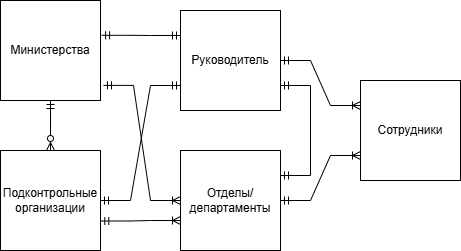
Earlier version of the draw.io export docs/conceptual_model.png (Tukk0/Government_Database). Source tidied: cells renumbered, new cells last; positions are measured from the earlier drawing's top-left corner, leaving out a move shared by most shapes. The source it was exported from:
```xml
<mxGraphModel>
  <root>
    <mxCell id="0" />
    <mxCell id="1" parent="0" />
    <mxCell id="2" value="Министерства" style="whiteSpace=wrap;html=1;" parent="1" vertex="1">
      <mxGeometry width="100" height="100" as="geometry" />
    </mxCell>
    <mxCell id="3" value="Подконтрольные&lt;br&gt;организации" style="whiteSpace=wrap;html=1;" parent="1" vertex="1">
      <mxGeometry y="150" width="100" height="100" as="geometry" />
    </mxCell>
    <mxCell id="4" value="Отделы/&lt;br&gt;департаменты" style="whiteSpace=wrap;html=1;" parent="1" vertex="1">
      <mxGeometry x="180" y="150" width="100" height="100" as="geometry" />
    </mxCell>
    <mxCell id="5" style="edgeStyle=entityRelationEdgeStyle;fontSize=12;html=1;endArrow=ERoneToMany;startArrow=ERmandOne;rounded=0;exitX=1.03;exitY=0.849;exitDx=0;exitDy=0;entryX=0;entryY=0.5;entryDx=0;entryDy=0;exitPerimeter=0;" parent="1" edge="1" source="2" target="4">
      <mxGeometry relative="1" as="geometry" />
    </mxCell>
    <mxCell id="6" style="edgeStyle=entityRelationEdgeStyle;fontSize=12;html=1;endArrow=ERoneToMany;startArrow=ERmandOne;rounded=0;exitX=1.003;exitY=0.705;exitDx=0;exitDy=0;exitPerimeter=0;" parent="1" edge="1" source="3">
      <mxGeometry relative="1" as="geometry">
        <mxPoint x="180" y="220" as="targetPoint" />
      </mxGeometry>
    </mxCell>
    <mxCell id="7" value="Сотрудники" style="whiteSpace=wrap;html=1;" parent="1" vertex="1">
      <mxGeometry x="360" y="80" width="100" height="100" as="geometry" />
    </mxCell>
    <mxCell id="8" style="edgeStyle=entityRelationEdgeStyle;fontSize=12;html=1;endArrow=ERoneToMany;startArrow=ERmandOne;rounded=0;entryX=0;entryY=0.75;entryDx=0;entryDy=0;exitX=1;exitY=0.5;exitDx=0;exitDy=0;strokeColor=default;jumpStyle=none;jumpSize=0;curved=0;" parent="1" edge="1" source="4" target="7">
      <mxGeometry relative="1" as="geometry">
        <Array as="points">
          <mxPoint x="280" y="250" />
          <mxPoint x="310" y="250" />
          <mxPoint x="310" y="250" />
        </Array>
      </mxGeometry>
    </mxCell>
    <mxCell id="9" value="Руководитель" style="whiteSpace=wrap;html=1;" parent="1" vertex="1">
      <mxGeometry x="180" y="10" width="100" height="100" as="geometry" />
    </mxCell>
    <mxCell id="10" style="edgeStyle=entityRelationEdgeStyle;fontSize=12;html=1;endArrow=ERmandOne;startArrow=ERmandOne;rounded=0;entryX=1;entryY=0.75;entryDx=0;entryDy=0;exitX=1;exitY=0.25;exitDx=0;exitDy=0;" parent="1" edge="1" source="4" target="9">
      <mxGeometry relative="1" as="geometry" />
    </mxCell>
    <mxCell id="11" style="edgeStyle=entityRelationEdgeStyle;fontSize=12;html=1;endArrow=ERmandOne;startArrow=ERmandOne;rounded=0;entryX=0;entryY=0.25;entryDx=0;entryDy=0;exitX=1.011;exitY=0.348;exitDx=0;exitDy=0;exitPerimeter=0;" parent="1" edge="1" source="2" target="9">
      <mxGeometry relative="1" as="geometry" />
    </mxCell>
    <mxCell id="12" style="edgeStyle=entityRelationEdgeStyle;fontSize=12;html=1;endArrow=ERmandOne;startArrow=ERmandOne;rounded=0;entryX=0;entryY=0.75;entryDx=0;entryDy=0;exitX=1;exitY=0.5;exitDx=0;exitDy=0;" parent="1" edge="1" source="3" target="9">
      <mxGeometry relative="1" as="geometry" />
    </mxCell>
    <mxCell id="13" style="edgeStyle=entityRelationEdgeStyle;fontSize=12;html=1;endArrow=ERoneToMany;startArrow=ERmandOne;rounded=0;exitX=1;exitY=0.5;exitDx=0;exitDy=0;entryX=0;entryY=0.25;entryDx=0;entryDy=0;" parent="1" edge="1" source="9" target="7">
      <mxGeometry relative="1" as="geometry">
        <Array as="points">
          <mxPoint x="350" y="170" />
        </Array>
      </mxGeometry>
    </mxCell>
    <mxCell id="14" style="edgeStyle=orthogonalEdgeStyle;fontSize=12;html=1;endArrow=ERzeroToMany;startArrow=ERmandOne;rounded=0;exitX=0.5;exitY=1;exitDx=0;exitDy=0;entryX=0.5;entryY=0;entryDx=0;entryDy=0;" parent="1" edge="1" source="2" target="3">
      <mxGeometry relative="1" as="geometry" />
    </mxCell>
  </root>
</mxGraphModel>
```
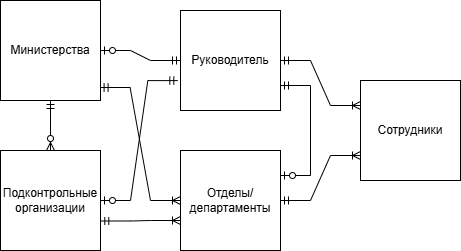
Above is the later version.

The edit, as a diff of the source:
```diff
@@ -11,7 +11,7 @@
     <mxCell id="4" value="Отделы/&lt;br&gt;департаменты" style="whiteSpace=wrap;html=1;" parent="1" vertex="1">
       <mxGeometry x="180" y="150" width="100" height="100" as="geometry" />
     </mxCell>
-    <mxCell id="5" style="edgeStyle=entityRelationEdgeStyle;fontSize=12;html=1;endArrow=ERoneToMany;startArrow=ERmandOne;rounded=0;exitX=1.03;exitY=0.849;exitDx=0;exitDy=0;entryX=0;entryY=0.5;entryDx=0;entryDy=0;exitPerimeter=0;" parent="1" edge="1" source="2" target="4">
+    <mxCell id="5" style="edgeStyle=entityRelationEdgeStyle;fontSize=12;html=1;endArrow=ERoneToMany;startArrow=ERmandOne;rounded=0;exitX=0.996;exitY=0.87;exitDx=0;exitDy=0;entryX=0;entryY=0.5;entryDx=0;entryDy=0;exitPerimeter=0;" parent="1" edge="1" source="2" target="4">
       <mxGeometry relative="1" as="geometry" />
     </mxCell>
     <mxCell id="6" style="edgeStyle=entityRelationEdgeStyle;fontSize=12;html=1;endArrow=ERoneToMany;startArrow=ERmandOne;rounded=0;exitX=1.003;exitY=0.705;exitDx=0;exitDy=0;exitPerimeter=0;" parent="1" edge="1" source="3">
@@ -34,15 +34,6 @@
     <mxCell id="9" value="Руководитель" style="whiteSpace=wrap;html=1;" parent="1" vertex="1">
       <mxGeometry x="180" y="10" width="100" height="100" as="geometry" />
     </mxCell>
-    <mxCell id="10" style="edgeStyle=entityRelationEdgeStyle;fontSize=12;html=1;endArrow=ERmandOne;startArrow=ERmandOne;rounded=0;entryX=1;entryY=0.75;entryDx=0;entryDy=0;exitX=1;exitY=0.25;exitDx=0;exitDy=0;" parent="1" edge="1" source="4" target="9">
-      <mxGeometry relative="1" as="geometry" />
-    </mxCell>
-    <mxCell id="11" style="edgeStyle=entityRelationEdgeStyle;fontSize=12;html=1;endArrow=ERmandOne;startArrow=ERmandOne;rounded=0;entryX=0;entryY=0.25;entryDx=0;entryDy=0;exitX=1.011;exitY=0.348;exitDx=0;exitDy=0;exitPerimeter=0;" parent="1" edge="1" source="2" target="9">
-      <mxGeometry relative="1" as="geometry" />
-    </mxCell>
-    <mxCell id="12" style="edgeStyle=entityRelationEdgeStyle;fontSize=12;html=1;endArrow=ERmandOne;startArrow=ERmandOne;rounded=0;entryX=0;entryY=0.75;entryDx=0;entryDy=0;exitX=1;exitY=0.5;exitDx=0;exitDy=0;" parent="1" edge="1" source="3" target="9">
-      <mxGeometry relative="1" as="geometry" />
-    </mxCell>
     <mxCell id="13" style="edgeStyle=entityRelationEdgeStyle;fontSize=12;html=1;endArrow=ERoneToMany;startArrow=ERmandOne;rounded=0;exitX=1;exitY=0.5;exitDx=0;exitDy=0;entryX=0;entryY=0.25;entryDx=0;entryDy=0;" parent="1" edge="1" source="9" target="7">
       <mxGeometry relative="1" as="geometry">
         <Array as="points">
@@ -53,5 +44,14 @@
     <mxCell id="14" style="edgeStyle=orthogonalEdgeStyle;fontSize=12;html=1;endArrow=ERzeroToMany;startArrow=ERmandOne;rounded=0;exitX=0.5;exitY=1;exitDx=0;exitDy=0;entryX=0.5;entryY=0;entryDx=0;entryDy=0;" parent="1" edge="1" source="2" target="3">
       <mxGeometry relative="1" as="geometry" />
     </mxCell>
+    <mxCell id="15" style="edgeStyle=entityRelationEdgeStyle;fontSize=12;html=1;endArrow=ERzeroToOne;startArrow=ERmandOne;rounded=0;exitX=0;exitY=0.5;exitDx=0;exitDy=0;entryX=1;entryY=0.5;entryDx=0;entryDy=0;" parent="1" edge="1" source="9" target="2">
+      <mxGeometry relative="1" as="geometry" />
+    </mxCell>
+    <mxCell id="16" style="edgeStyle=entityRelationEdgeStyle;fontSize=12;html=1;endArrow=ERzeroToOne;startArrow=ERmandOne;rounded=0;exitX=-0.027;exitY=0.701;exitDx=0;exitDy=0;exitPerimeter=0;entryX=1;entryY=0.5;entryDx=0;entryDy=0;" parent="1" edge="1" source="9" target="3">
+      <mxGeometry relative="1" as="geometry" />
+    </mxCell>
+    <mxCell id="17" style="edgeStyle=entityRelationEdgeStyle;fontSize=12;html=1;endArrow=ERzeroToOne;startArrow=ERmandOne;rounded=0;exitX=1;exitY=0.75;exitDx=0;exitDy=0;entryX=1;entryY=0.25;entryDx=0;entryDy=0;" parent="1" edge="1" source="9" target="4">
+      <mxGeometry relative="1" as="geometry" />
+    </mxCell>
   </root>
 </mxGraphModel>
```
